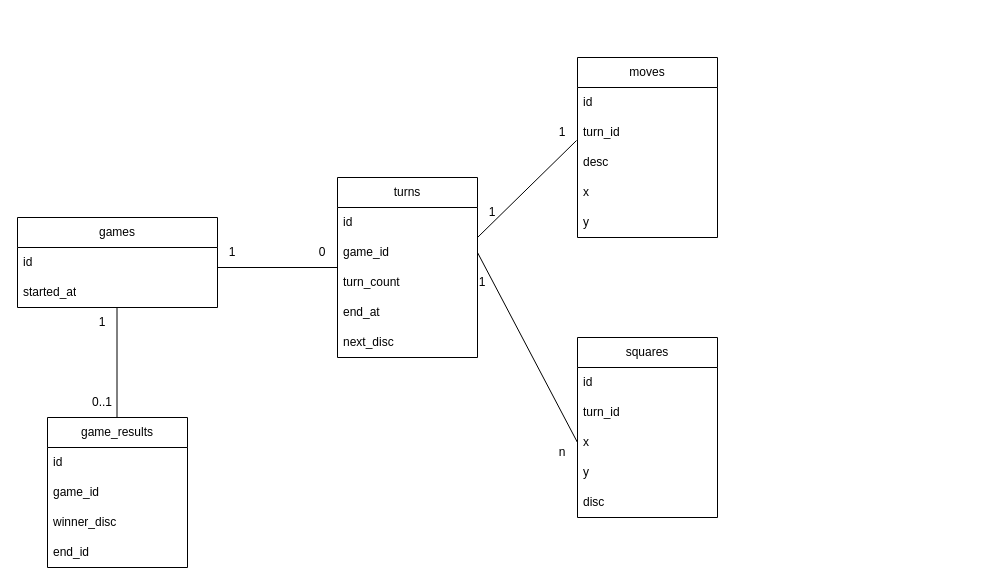
Above: docs/er.drawio in omiki235/reversi (draw.io), before the change. Source tidied: cells renumbered, new cells numbered last; positions are measured from the earlier drawing's top-left corner, leaving out a move shared by most shapes. Both pictures are drawn from the tidied source at 100%, with x=0, y=0 at pixel (17, 57).
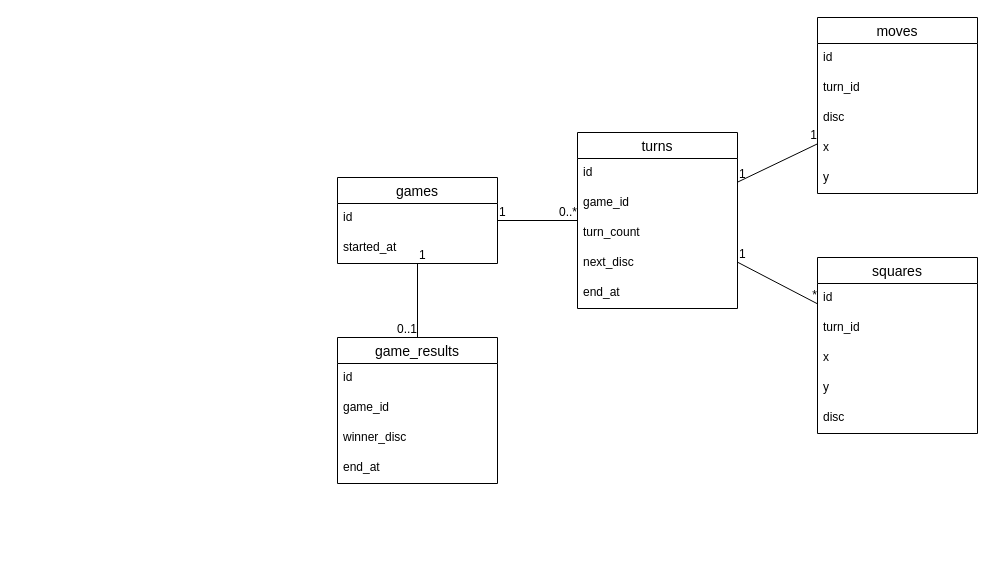
The same page after the edit.

Diff of the diagram source:
```diff
@@
-    <mxCell id="2" value="games" style="swimlane;fontStyle=0;horizontal=1;startSize=30;whiteSpace=wrap;html=1;" parent="1" vertex="1">
-      <mxGeometry y="160" width="200" height="90" as="geometry" />
-    </mxCell>
-    <mxCell id="3" value="id" style="text;strokeColor=none;fillColor=none;align=left;verticalAlign=middle;spacingLeft=4;spacingRight=4;overflow=hidden;whiteSpace=wrap;html=1;" parent="2" vertex="1">
-      <mxGeometry y="30" width="200" height="30" as="geometry" />
-    </mxCell>
-    <mxCell id="4" value="started_at" style="text;strokeColor=none;fillColor=none;align=left;verticalAlign=middle;spacingLeft=4;spacingRight=4;overflow=hidden;whiteSpace=wrap;html=1;" parent="2" vertex="1">
-      <mxGeometry y="60" width="200" height="30" as="geometry" />
-    </mxCell>
-    <mxCell id="5" value="turns" style="swimlane;fontStyle=0;horizontal=1;startSize=30;whiteSpace=wrap;html=1;" parent="1" vertex="1">
-      <mxGeometry x="320" y="120" width="140" height="180" as="geometry" />
+    <mxCell id="5" value="games" style="swimlane;fontStyle=0;horizontal=1;startSize=26;align=center;fontSize=14;" parent="1" vertex="1">
+      <mxGeometry x="320" y="120" width="160" height="86" as="geometry" />
     </mxCell>
-    <mxCell id="6" value="id" style="text;strokeColor=none;fillColor=none;align=left;verticalAlign=middle;spacingLeft=4;spacingRight=4;overflow=hidden;whiteSpace=wrap;html=1;" parent="5" vertex="1">
-      <mxGeometry y="30" width="140" height="30" as="geometry" />
+    <mxCell id="6" value="id" style="text;strokeColor=none;fillColor=none;spacingLeft=4;spacingRight=4;overflow=hidden;fontSize=12;" parent="5" vertex="1">
+      <mxGeometry y="26" width="160" height="30" as="geometry" />
     </mxCell>
-    <mxCell id="7" value="game_id" style="text;strokeColor=none;fillColor=none;align=left;verticalAlign=middle;spacingLeft=4;spacingRight=4;overflow=hidden;points=[[0,0.5],[1,0.5]];portConstraint=eastwest;whiteSpace=wrap;html=1;" parent="5" vertex="1">
-      <mxGeometry y="60" width="140" height="30" as="geometry" />
+    <mxCell id="7" value="started_at" style="text;strokeColor=none;fillColor=none;spacingLeft=4;spacingRight=4;overflow=hidden;points=[[0,0.5],[1,0.5]];portConstraint=eastwest;fontSize=12;" parent="5" vertex="1">
+      <mxGeometry y="56" width="160" height="30" as="geometry" />
     </mxCell>
+    <mxCell id="11" value="turns" style="swimlane;fontStyle=0;horizontal=1;startSize=26;align=center;fontSize=14;" parent="1" vertex="1">
+      <mxGeometry x="560" y="75" width="160" height="176" as="geometry" />
+    </mxCell>
+    <mxCell id="9" value="id" style="text;strokeColor=none;fillColor=none;spacingLeft=4;spacingRight=4;overflow=hidden;fontSize=12;" parent="11" vertex="1">
+      <mxGeometry y="26" width="160" height="30" as="geometry" />
+    </mxCell>
+    <mxCell id="40" value="game_id" style="text;strokeColor=none;fillColor=none;spacingLeft=4;spacingRight=4;overflow=hidden;fontSize=12;" parent="11" vertex="1">
+      <mxGeometry y="56" width="160" height="30" as="geometry" />
+    </mxCell>
-    <mxCell id="8" value="turn_count" style="text;strokeColor=none;fillColor=none;align=left;verticalAlign=middle;spacingLeft=4;spacingRight=4;overflow=hidden;whiteSpace=wrap;html=1;" parent="5" vertex="1">
-      <mxGeometry y="90" width="140" height="30" as="geometry" />
+    <mxCell id="8" value="turn_count" style="text;strokeColor=none;fillColor=none;spacingLeft=4;spacingRight=4;overflow=hidden;fontSize=12;" parent="11" vertex="1">
+      <mxGeometry y="86" width="160" height="30" as="geometry" />
     </mxCell>
-    <mxCell id="9" value="end_at" style="text;strokeColor=none;fillColor=none;align=left;verticalAlign=middle;spacingLeft=4;spacingRight=4;overflow=hidden;whiteSpace=wrap;html=1;" parent="5" vertex="1">
-      <mxGeometry y="120" width="140" height="30" as="geometry" />
-    </mxCell>
-    <mxCell id="10" value="next_disc" style="text;strokeColor=none;fillColor=none;align=left;verticalAlign=middle;spacingLeft=4;spacingRight=4;overflow=hidden;whiteSpace=wrap;html=1;" parent="5" vertex="1">
-      <mxGeometry y="150" width="140" height="30" as="geometry" />
-    </mxCell>
-    <mxCell id="11" style="endArrow=none;html=1;" parent="1" edge="1">
-      <mxGeometry relative="1" as="geometry">
-        <mxPoint x="200" y="210" as="sourcePoint" />
-        <mxPoint x="320" y="210" as="targetPoint" />
-      </mxGeometry>
-    </mxCell>
+    <mxCell id="31" value="next_disc" style="text;strokeColor=none;fillColor=none;spacingLeft=4;spacingRight=4;overflow=hidden;fontSize=12;" parent="11" vertex="1">
+      <mxGeometry y="116" width="160" height="30" as="geometry" />
+    </mxCell>
+    <mxCell id="38" value="end_at" style="text;strokeColor=none;fillColor=none;spacingLeft=4;spacingRight=4;overflow=hidden;fontSize=12;" parent="11" vertex="1">
+      <mxGeometry y="146" width="160" height="30" as="geometry" />
+    </mxCell>
-    <mxCell id="12" value="1" style="text;html=1;strokeColor=none;fillColor=none;align=center;verticalAlign=middle;whiteSpace=wrap;rounded=0;" parent="1" vertex="1">
-      <mxGeometry x="200" y="190" width="30" height="10" as="geometry" />
+    <mxCell id="12" style="endArrow=none;html=1;rounded=0;" parent="1" edge="1" source="5" target="11">
+      <mxGeometry relative="1" as="geometry" />
     </mxCell>
-    <mxCell id="13" value="0" style="text;html=1;strokeColor=none;fillColor=none;align=center;verticalAlign=middle;whiteSpace=wrap;rounded=0;" parent="1" vertex="1">
-      <mxGeometry x="290" y="190" width="30" height="10" as="geometry" />
+    <mxCell id="13" value="1" style="html=1;align=left;verticalAlign=bottom;" parent="12" vertex="1">
+      <mxGeometry x="-1" relative="1" as="geometry" />
     </mxCell>
-    <mxCell id="14" value="moves" style="swimlane;fontStyle=0;horizontal=1;startSize=30;whiteSpace=wrap;html=1;" parent="1" vertex="1">
-      <mxGeometry x="560" width="140" height="180" as="geometry" />
+    <mxCell id="14" value="0..*" style="html=1;align=right;verticalAlign=bottom;" parent="12" vertex="1">
+      <mxGeometry x="1" relative="1" as="geometry" />
     </mxCell>
-    <mxCell id="15" value="id" style="text;strokeColor=none;fillColor=none;align=left;verticalAlign=middle;spacingLeft=4;spacingRight=4;overflow=hidden;points=[[0,0.5],[1,0.5]];portConstraint=eastwest;whiteSpace=wrap;html=1;" parent="14" vertex="1">
-      <mxGeometry y="30" width="140" height="30" as="geometry" />
+    <mxCell id="15" value="moves" style="swimlane;fontStyle=0;horizontal=1;startSize=26;align=center;fontSize=14;" parent="1" vertex="1">
+      <mxGeometry x="800" y="-40" width="160" height="176" as="geometry" />
     </mxCell>
-    <mxCell id="16" value="turn_id" style="text;strokeColor=none;fillColor=none;align=left;verticalAlign=middle;spacingLeft=4;spacingRight=4;overflow=hidden;points=[[0,0.5],[1,0.5]];portConstraint=eastwest;whiteSpace=wrap;html=1;" parent="14" vertex="1">
-      <mxGeometry y="60" width="140" height="30" as="geometry" />
+    <mxCell id="16" value="id" style="text;strokeColor=none;fillColor=none;spacingLeft=4;spacingRight=4;overflow=hidden;points=[[0,0.5],[1,0.5]];portConstraint=eastwest;fontSize=12;" parent="15" vertex="1">
+      <mxGeometry y="26" width="160" height="30" as="geometry" />
     </mxCell>
-    <mxCell id="17" value="desc" style="text;strokeColor=none;fillColor=none;align=left;verticalAlign=middle;spacingLeft=4;spacingRight=4;overflow=hidden;whiteSpace=wrap;html=1;" parent="14" vertex="1">
-      <mxGeometry y="90" width="140" height="30" as="geometry" />
+    <mxCell id="17" value="turn_id" style="text;strokeColor=none;fillColor=none;spacingLeft=4;spacingRight=4;overflow=hidden;fontSize=12;" parent="15" vertex="1">
+      <mxGeometry y="56" width="160" height="30" as="geometry" />
     </mxCell>
-    <mxCell id="18" value="x" style="text;strokeColor=none;fillColor=none;align=left;verticalAlign=middle;spacingLeft=4;spacingRight=4;overflow=hidden;points=[[0,0.5],[1,0.5]];portConstraint=eastwest;whiteSpace=wrap;html=1;" parent="14" vertex="1">
-      <mxGeometry y="120" width="140" height="30" as="geometry" />
-    </mxCell>
-    <mxCell id="19" value="y" style="text;strokeColor=none;fillColor=none;align=left;verticalAlign=middle;spacingLeft=4;spacingRight=4;overflow=hidden;whiteSpace=wrap;html=1;" parent="14" vertex="1">
-      <mxGeometry y="150" width="140" height="30" as="geometry" />
-    </mxCell>
-    <mxCell id="20" value="squares" style="swimlane;fontStyle=0;horizontal=1;startSize=30;whiteSpace=wrap;html=1;" parent="1" vertex="1">
-      <mxGeometry x="560" y="280" width="140" height="180" as="geometry" />
+    <mxCell id="20" value="disc" style="text;strokeColor=none;fillColor=none;spacingLeft=4;spacingRight=4;overflow=hidden;fontSize=12;" parent="15" vertex="1">
+      <mxGeometry y="86" width="160" height="30" as="geometry" />
     </mxCell>
-    <mxCell id="21" value="id" style="text;strokeColor=none;fillColor=none;align=left;verticalAlign=middle;spacingLeft=4;spacingRight=4;overflow=hidden;whiteSpace=wrap;html=1;" parent="20" vertex="1">
-      <mxGeometry y="30" width="140" height="30" as="geometry" />
+    <mxCell id="21" value="x" style="text;strokeColor=none;fillColor=none;spacingLeft=4;spacingRight=4;overflow=hidden;fontSize=12;" parent="15" vertex="1">
+      <mxGeometry y="116" width="160" height="30" as="geometry" />
     </mxCell>
-    <mxCell id="22" value="turn_id" style="text;strokeColor=none;fillColor=none;align=left;verticalAlign=middle;spacingLeft=4;spacingRight=4;overflow=hidden;whiteSpace=wrap;html=1;" parent="20" vertex="1">
-      <mxGeometry y="60" width="140" height="30" as="geometry" />
+    <mxCell id="22" value="y" style="text;strokeColor=none;fillColor=none;spacingLeft=4;spacingRight=4;overflow=hidden;fontSize=12;" parent="15" vertex="1">
+      <mxGeometry y="146" width="160" height="30" as="geometry" />
     </mxCell>
-    <mxCell id="23" value="x" style="text;strokeColor=none;fillColor=none;align=left;verticalAlign=middle;spacingLeft=4;spacingRight=4;overflow=hidden;points=[[0,0.5],[1,0.5]];portConstraint=eastwest;whiteSpace=wrap;html=1;" parent="20" vertex="1">
-      <mxGeometry y="90" width="140" height="30" as="geometry" />
-    </mxCell>
+    <mxCell id="18" value="squares" style="swimlane;fontStyle=0;horizontal=1;startSize=26;align=center;fontSize=14;" parent="1" vertex="1">
+      <mxGeometry x="800" y="200" width="160" height="176" as="geometry" />
+    </mxCell>
+    <mxCell id="19" value="id" style="text;strokeColor=none;fillColor=none;spacingLeft=4;spacingRight=4;overflow=hidden;fontSize=12;" parent="18" vertex="1">
+      <mxGeometry y="26" width="160" height="30" as="geometry" />
+    </mxCell>
-    <mxCell id="24" value="y" style="text;strokeColor=none;fillColor=none;align=left;verticalAlign=middle;spacingLeft=4;spacingRight=4;overflow=hidden;whiteSpace=wrap;html=1;" parent="20" vertex="1">
-      <mxGeometry y="120" width="140" height="30" as="geometry" />
+    <mxCell id="24" value="turn_id" style="text;strokeColor=none;fillColor=none;spacingLeft=4;spacingRight=4;overflow=hidden;fontSize=12;" parent="18" vertex="1">
+      <mxGeometry y="56" width="160" height="30" as="geometry" />
     </mxCell>
-    <mxCell id="25" value="disc" style="text;strokeColor=none;fillColor=none;align=left;verticalAlign=middle;spacingLeft=4;spacingRight=4;overflow=hidden;whiteSpace=wrap;html=1;" parent="20" vertex="1">
-      <mxGeometry y="150" width="140" height="30" as="geometry" />
+    <mxCell id="25" value="x" style="text;strokeColor=none;fillColor=none;spacingLeft=4;spacingRight=4;overflow=hidden;fontSize=12;" parent="18" vertex="1">
+      <mxGeometry y="86" width="160" height="30" as="geometry" />
     </mxCell>
+    <mxCell id="41" value="y" style="text;strokeColor=none;fillColor=none;spacingLeft=4;spacingRight=4;overflow=hidden;fontSize=12;" parent="18" vertex="1">
+      <mxGeometry y="116" width="160" height="30" as="geometry" />
+    </mxCell>
+    <mxCell id="42" value="disc" style="text;strokeColor=none;fillColor=none;spacingLeft=4;spacingRight=4;overflow=hidden;fontSize=12;" parent="18" vertex="1">
+      <mxGeometry y="146" width="160" height="30" as="geometry" />
+    </mxCell>
+    <mxCell id="43" value="game_results" style="swimlane;fontStyle=0;horizontal=1;startSize=26;align=center;fontSize=14;" parent="1" vertex="1">
+      <mxGeometry x="320" y="280" width="160" height="146" as="geometry" />
+    </mxCell>
-    <mxCell id="26" style="endArrow=none;html=1;entryX=-0.007;entryY=0.767;entryDx=0;entryDy=0;entryPerimeter=0;" parent="1" edge="1" target="16">
-      <mxGeometry relative="1" as="geometry">
-        <mxPoint x="460" y="180" as="sourcePoint" />
-      </mxGeometry>
+    <mxCell id="26" value="id" style="text;strokeColor=none;fillColor=none;spacingLeft=4;spacingRight=4;overflow=hidden;fontSize=12;" parent="43" vertex="1">
+      <mxGeometry y="26" width="160" height="30" as="geometry" />
     </mxCell>
-    <mxCell id="27" value="1" style="text;html=1;strokeColor=none;fillColor=none;align=center;verticalAlign=middle;whiteSpace=wrap;rounded=0;" parent="1" vertex="1">
-      <mxGeometry x="460" y="150" width="30" height="10" as="geometry" />
+    <mxCell id="27" value="game_id" style="text;strokeColor=none;fillColor=none;spacingLeft=4;spacingRight=4;overflow=hidden;fontSize=12;" parent="43" vertex="1">
+      <mxGeometry y="56" width="160" height="30" as="geometry" />
     </mxCell>
-    <mxCell id="28" value="1" style="text;html=1;strokeColor=none;fillColor=none;align=center;verticalAlign=middle;whiteSpace=wrap;rounded=0;" parent="1" vertex="1">
-      <mxGeometry x="530" y="70" width="30" height="10" as="geometry" />
+    <mxCell id="28" value="winner_disc" style="text;strokeColor=none;fillColor=none;spacingLeft=4;spacingRight=4;overflow=hidden;fontSize=12;" parent="43" vertex="1">
+      <mxGeometry y="86" width="160" height="30" as="geometry" />
     </mxCell>
-    <mxCell id="29" style="endArrow=none;html=1;entryX=0;entryY=0.5;entryDx=0;entryDy=0;exitX=1;exitY=0.5;exitDx=0;exitDy=0;startArrow=none;" parent="1" edge="1" source="7" target="23">
-      <mxGeometry relative="1" as="geometry" />
+    <mxCell id="29" value="end_at" style="text;strokeColor=none;fillColor=none;spacingLeft=4;spacingRight=4;overflow=hidden;fontSize=12;" parent="43" vertex="1">
+      <mxGeometry y="116" width="160" height="30" as="geometry" />
     </mxCell>
-    <mxCell id="30" value="n" style="text;html=1;strokeColor=none;fillColor=none;align=center;verticalAlign=middle;whiteSpace=wrap;rounded=0;" parent="1" vertex="1">
-      <mxGeometry x="530" y="390" width="30" height="10" as="geometry" />
+    <mxCell id="30" style="endArrow=none;html=1;rounded=0;" parent="1" edge="1" source="11" target="15">
+      <mxGeometry relative="1" as="geometry" />
     </mxCell>
-    <mxCell id="31" value="1" style="text;html=1;strokeColor=none;fillColor=none;align=center;verticalAlign=middle;whiteSpace=wrap;rounded=0;" parent="1" vertex="1">
-      <mxGeometry x="450" y="220" width="30" height="10" as="geometry" />
-    </mxCell>
+    <mxCell id="44" value="1" style="html=1;align=left;verticalAlign=bottom;" parent="30" vertex="1">
+      <mxGeometry x="-1" relative="1" as="geometry" />
+    </mxCell>
+    <mxCell id="45" value="1" style="html=1;align=right;verticalAlign=bottom;" parent="30" vertex="1">
+      <mxGeometry x="1" relative="1" as="geometry" />
+    </mxCell>
+    <mxCell id="46" style="endArrow=none;html=1;rounded=0;" parent="1" edge="1" source="11" target="18">
+      <mxGeometry relative="1" as="geometry" />
+    </mxCell>
-    <mxCell id="32" value="game_results" style="swimlane;fontStyle=0;horizontal=1;startSize=30;whiteSpace=wrap;html=1;" parent="1" vertex="1">
-      <mxGeometry x="30" y="360" width="140" height="150" as="geometry" />
+    <mxCell id="32" value="1" style="html=1;align=left;verticalAlign=bottom;" parent="46" vertex="1">
+      <mxGeometry x="-1" relative="1" as="geometry" />
     </mxCell>
-    <mxCell id="33" value="id" style="text;strokeColor=none;fillColor=none;align=left;verticalAlign=middle;spacingLeft=4;spacingRight=4;overflow=hidden;whiteSpace=wrap;html=1;" parent="32" vertex="1">
-      <mxGeometry y="30" width="140" height="30" as="geometry" />
+    <mxCell id="33" value="*" style="html=1;align=right;verticalAlign=bottom;" parent="46" vertex="1">
+      <mxGeometry x="1" relative="1" as="geometry" />
     </mxCell>
-    <mxCell id="34" value="game_id" style="text;strokeColor=none;fillColor=none;align=left;verticalAlign=middle;spacingLeft=4;spacingRight=4;overflow=hidden;whiteSpace=wrap;html=1;" parent="32" vertex="1">
-      <mxGeometry y="60" width="140" height="30" as="geometry" />
+    <mxCell id="34" style="endArrow=none;html=1;rounded=0;" parent="1" edge="1" source="5" target="43">
+      <mxGeometry relative="1" as="geometry" />
     </mxCell>
-    <mxCell id="35" value="winner_disc" style="text;strokeColor=none;fillColor=none;align=left;verticalAlign=middle;spacingLeft=4;spacingRight=4;overflow=hidden;whiteSpace=wrap;html=1;" parent="32" vertex="1">
-      <mxGeometry y="90" width="140" height="30" as="geometry" />
+    <mxCell id="35" value="1" style="html=1;align=left;verticalAlign=bottom;" parent="34" vertex="1">
+      <mxGeometry x="-1" relative="1" as="geometry" />
     </mxCell>
-    <mxCell id="36" value="end_id" style="text;strokeColor=none;fillColor=none;align=left;verticalAlign=middle;spacingLeft=4;spacingRight=4;overflow=hidden;whiteSpace=wrap;html=1;" parent="32" vertex="1">
-      <mxGeometry y="120" width="140" height="30" as="geometry" />
-    </mxCell>
-    <mxCell id="37" style="endArrow=none;html=1;" parent="1" edge="1">
-      <mxGeometry relative="1" as="geometry">
-        <mxPoint x="99.5" y="360" as="sourcePoint" />
-        <mxPoint x="99.5" y="250" as="targetPoint" />
-      </mxGeometry>
+    <mxCell id="37" value="0..1" style="html=1;align=right;verticalAlign=bottom;" parent="34" vertex="1">
+      <mxGeometry x="1" relative="1" as="geometry" />
     </mxCell>
-    <mxCell id="38" value="1" style="text;html=1;strokeColor=none;fillColor=none;align=center;verticalAlign=middle;whiteSpace=wrap;rounded=0;" parent="1" vertex="1">
-      <mxGeometry x="70" y="260" width="30" height="10" as="geometry" />
-    </mxCell>
-    <mxCell id="39" value="0..1" style="text;html=1;strokeColor=none;fillColor=none;align=center;verticalAlign=middle;whiteSpace=wrap;rounded=0;" parent="1" vertex="1">
-      <mxGeometry x="70" y="340" width="30" height="10" as="geometry" />
-    </mxCell>
```
